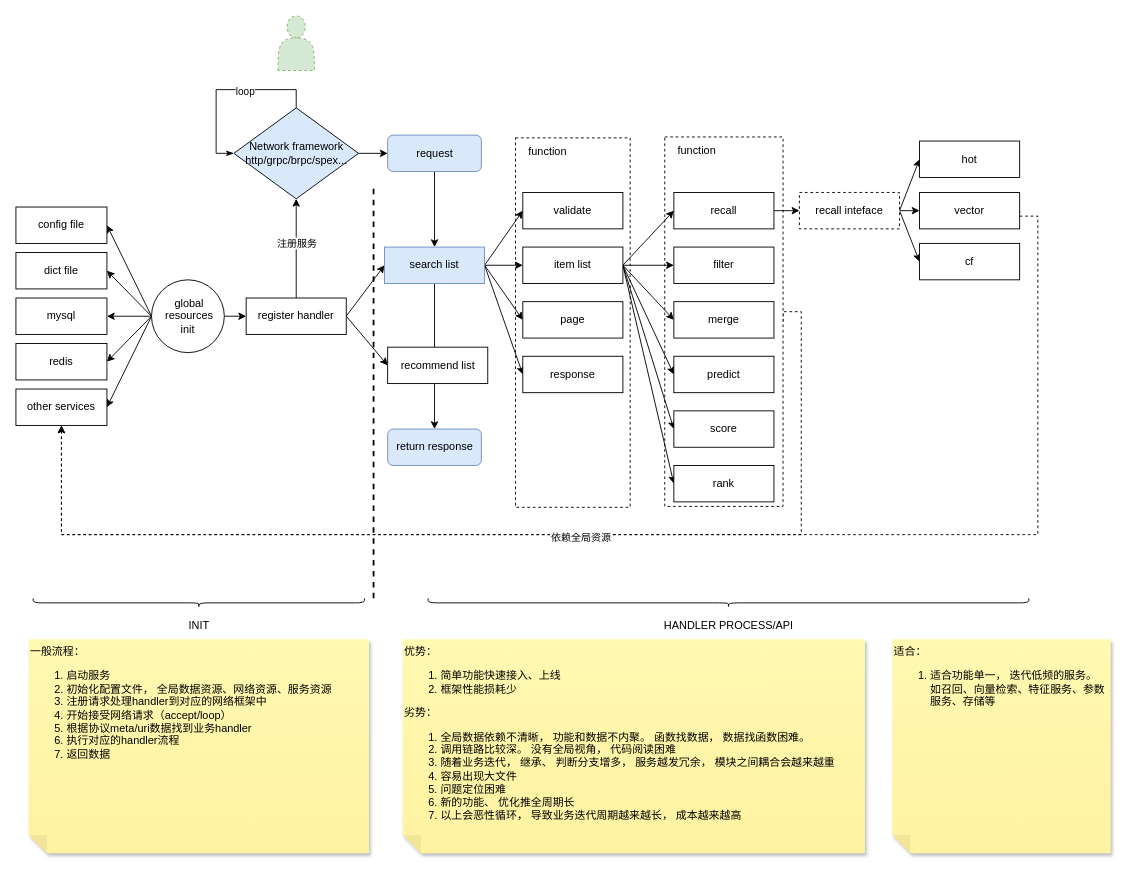
hpsdy/diagram keeps this draw.io diagram as tutu/纯业务.drawio. Above is the earlier version. Source tidied: cells renumbered, new cells numbered last; positions are measured from the earlier drawing's top-left corner, leaving out a move shared by most shapes. Both pictures are drawn from the tidied source at 91%, with x=0, y=0 at pixel (15, 15).
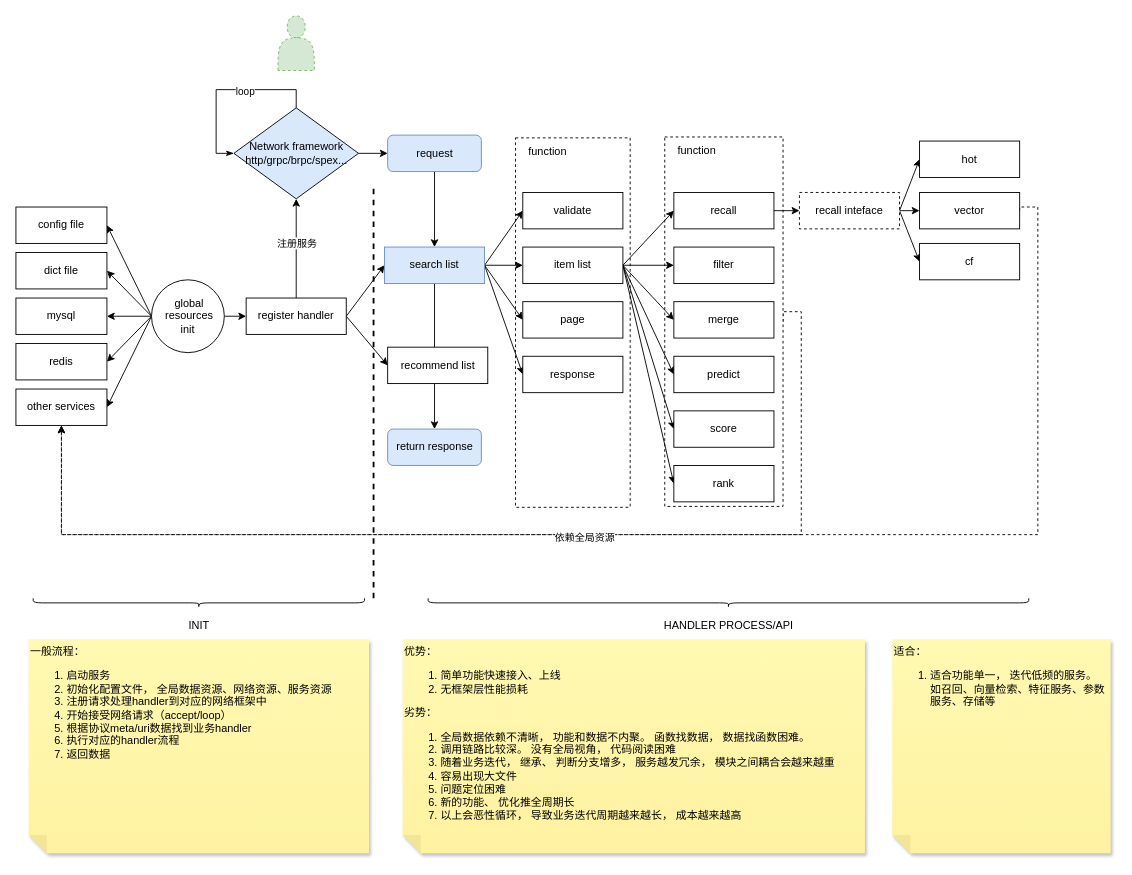
After the change.

Commit message:
更新纯业务.drawio

Unchanged cells that the change refers to:
```xml
<mxCell id="16" value="other services" style="rounded=0;whiteSpace=wrap;html=1;" parent="1" vertex="1">
  <mxGeometry y="410" width="100" height="40" as="geometry" />
</mxCell>
<mxCell id="53" value="vector" style="rounded=0;whiteSpace=wrap;html=1;" parent="1" vertex="1">
  <mxGeometry x="993" y="194" width="110" height="40" as="geometry" />
</mxCell>
```

Change to the diagram source:
```diff
@@
     <mxCell id="51" style="edgeStyle=orthogonalEdgeStyle;rounded=0;jettySize=auto;html=1;exitX=1;exitY=0.5;exitDx=0;exitDy=0;entryX=0.5;entryY=1;entryDx=0;entryDy=0;dashed=1;" parent="1" edge="1" source="53" target="16">
       <mxGeometry relative="1" as="geometry">
         <Array as="points">
-          <mxPoint x="1123" y="220" />
+          <mxPoint x="1103" y="210" />
+          <mxPoint x="1123" y="210" />
           <mxPoint x="1123" y="570" />
           <mxPoint x="50" y="570" />
         </Array>
       </mxGeometry>
     </mxCell>
@@
-    <mxCell id="68" value="优势：&lt;br&gt;&lt;ol&gt;&lt;li&gt;简单功能快速接入、上线&lt;/li&gt;&lt;li&gt;框架性能损耗少&lt;/li&gt;&lt;/ol&gt;&lt;div&gt;劣势：&lt;/div&gt;&lt;ol&gt;&lt;li&gt;全局数据依赖不清晰， 功能和数据不内聚。 函数找数据， 数据找函数困难。&lt;/li&gt;&lt;li&gt;调用链路比较深。 没有全局视角， 代码阅读困难&lt;/li&gt;&lt;li&gt;随着业务迭代， 继承、 判断分支增多， 服务越发冗余， 模块之间耦合会越来越重&lt;/li&gt;&lt;li&gt;容易出现大文件&lt;/li&gt;&lt;li&gt;问题定位困难&lt;/li&gt;&lt;li&gt;新的功能、 优化推全周期长&lt;/li&gt;&lt;li&gt;以上会恶性循环， 导致业务迭代周期越来越长， 成本越来越高&lt;/li&gt;&lt;/ol&gt;" style="shape=note;whiteSpace=wrap;html=1;backgroundOutline=1;fontColor=#000000;darkOpacity=0.05;fillColor=#FFF9B2;strokeColor=none;fillStyle=solid;direction=west;gradientDirection=north;gradientColor=#FFF2A1;shadow=1;size=20;align=left;verticalAlign=top;" parent="1" vertex="1">
+    <mxCell id="68" value="优势：&lt;br&gt;&lt;ol&gt;&lt;li&gt;简单功能快速接入、上线&lt;/li&gt;&lt;li&gt;无框架层性能损耗&lt;/li&gt;&lt;/ol&gt;&lt;div&gt;劣势：&lt;/div&gt;&lt;ol&gt;&lt;li&gt;全局数据依赖不清晰， 功能和数据不内聚。 函数找数据， 数据找函数困难。&lt;/li&gt;&lt;li&gt;调用链路比较深。 没有全局视角， 代码阅读困难&lt;/li&gt;&lt;li&gt;随着业务迭代， 继承、 判断分支增多， 服务越发冗余， 模块之间耦合会越来越重&lt;/li&gt;&lt;li&gt;容易出现大文件&lt;/li&gt;&lt;li&gt;问题定位困难&lt;/li&gt;&lt;li&gt;新的功能、 优化推全周期长&lt;/li&gt;&lt;li&gt;以上会恶性循环， 导致业务迭代周期越来越长， 成本越来越高&lt;/li&gt;&lt;/ol&gt;" style="shape=note;whiteSpace=wrap;html=1;backgroundOutline=1;fontColor=#000000;darkOpacity=0.05;fillColor=#FFF9B2;strokeColor=none;fillStyle=solid;direction=west;gradientDirection=north;gradientColor=#FFF2A1;shadow=1;size=20;align=left;verticalAlign=top;" parent="1" vertex="1">
       <mxGeometry x="425" y="685" width="508" height="235" as="geometry" />
     </mxCell>
```
